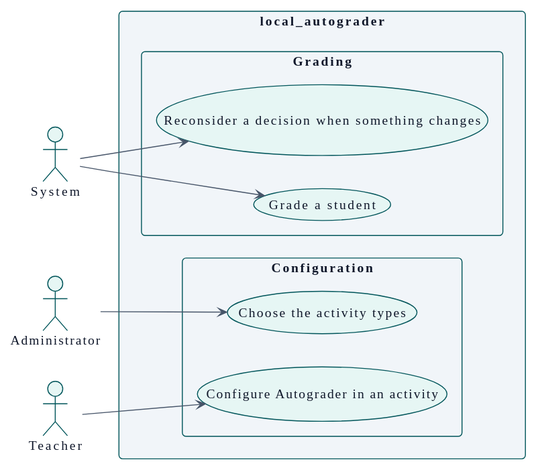
Above: docs/en/technical/requirements/use-case-overview.svg in didactika/moodle-local_autograder (PlantUML), before the change. Source of this version:
```plantuml
@startuml
!theme plain
skinparam backgroundColor #FFFFFF
skinparam defaultFontName IBM Plex Sans
skinparam defaultFontSize 14
skinparam defaultFontColor #0F172A
skinparam shadowing false
skinparam packageStyle rectangle
skinparam ArrowFontSize 12
skinparam ClassAttributeIconSize 0
skinparam roundCorner 8
skinparam ArrowColor #475569
skinparam ArrowFontColor #0F172A
skinparam NoteBackgroundColor #FDF3DC
skinparam NoteBorderColor #00555A
skinparam NoteFontColor #0F172A
skinparam class {
  BackgroundColor #E6F6F4
  BorderColor #00555A
  FontColor #0F172A
}
skinparam entity {
  BackgroundColor #E6F6F4
  BorderColor #00555A
  FontColor #0F172A
}
skinparam participant {
  BackgroundColor #E6F6F4
  BorderColor #00555A
  FontColor #0F172A
}
skinparam actor {
  BackgroundColor #E6F6F4
  BorderColor #00555A
  FontColor #0F172A
}
skinparam database {
  BackgroundColor #E6F6F4
  BorderColor #00555A
  FontColor #0F172A
}
skinparam component {
  BackgroundColor #E6F6F4
  BorderColor #00555A
  FontColor #0F172A
}
skinparam node {
  BackgroundColor #E6F6F4
  BorderColor #00555A
  FontColor #0F172A
}
skinparam usecase {
  BackgroundColor #E6F6F4
  BorderColor #00555A
  FontColor #0F172A
}
skinparam interface {
  BackgroundColor #E6F6F4
  BorderColor #00555A
  FontColor #0F172A
}
skinparam state {
  BackgroundColor #E6F6F4
  BorderColor #00555A
  FontColor #0F172A
  StartColor #475569
  EndColor #475569
  ArrowColor #475569
}
skinparam package {
  BackgroundColor #F1F5F9
  BorderColor #00555A
  FontColor #0F172A
}
skinparam sequence {
  LifeLineBorderColor #475569
  LifeLineBackgroundColor #E6F6F4
  ArrowColor #475569
  GroupBorderColor #00555A
  GroupBackgroundColor #F1F5F9
}
skinparam package<<level1>> {
  BackgroundColor #A7DDD5
  BorderColor #00555A
  FontColor #0F172A
}
skinparam package<<level2>> {
  BackgroundColor #C8EEE9
  BorderColor #00555A
  FontColor #0F172A
}
skinparam package<<level3>> {
  BackgroundColor #E6F6F4
  BorderColor #00555A
  FontColor #0F172A
}
skinparam package<<level4>> {
  BackgroundColor #F4FBFA
  BorderColor #00555A
  FontColor #0F172A
}
hide <<level1>> stereotype
hide <<level2>> stereotype
hide <<level3>> stereotype
hide <<level4>> stereotype
skinparam linetype polyline
left to right direction

actor "Administrator" as A_Administrator
actor "System" as A_System
actor "Teacher" as A_Teacher

rectangle "local_autograder" {
  package "Configuration" {
    usecase "Configure Autograder in an activity" as UC_configureAutograder
    usecase "Choose the activity types" as UC_chooseActivityTypes
  }
  package "Grading" {
    usecase "Grade a student" as UC_gradeStudent
    usecase "Reconsider a decision when something changes" as UC_reconsiderDecision
  }
}

A_Teacher --> UC_configureAutograder
A_Administrator --> UC_chooseActivityTypes
A_System --> UC_gradeStudent
A_System --> UC_reconsiderDecision
@enduml
```
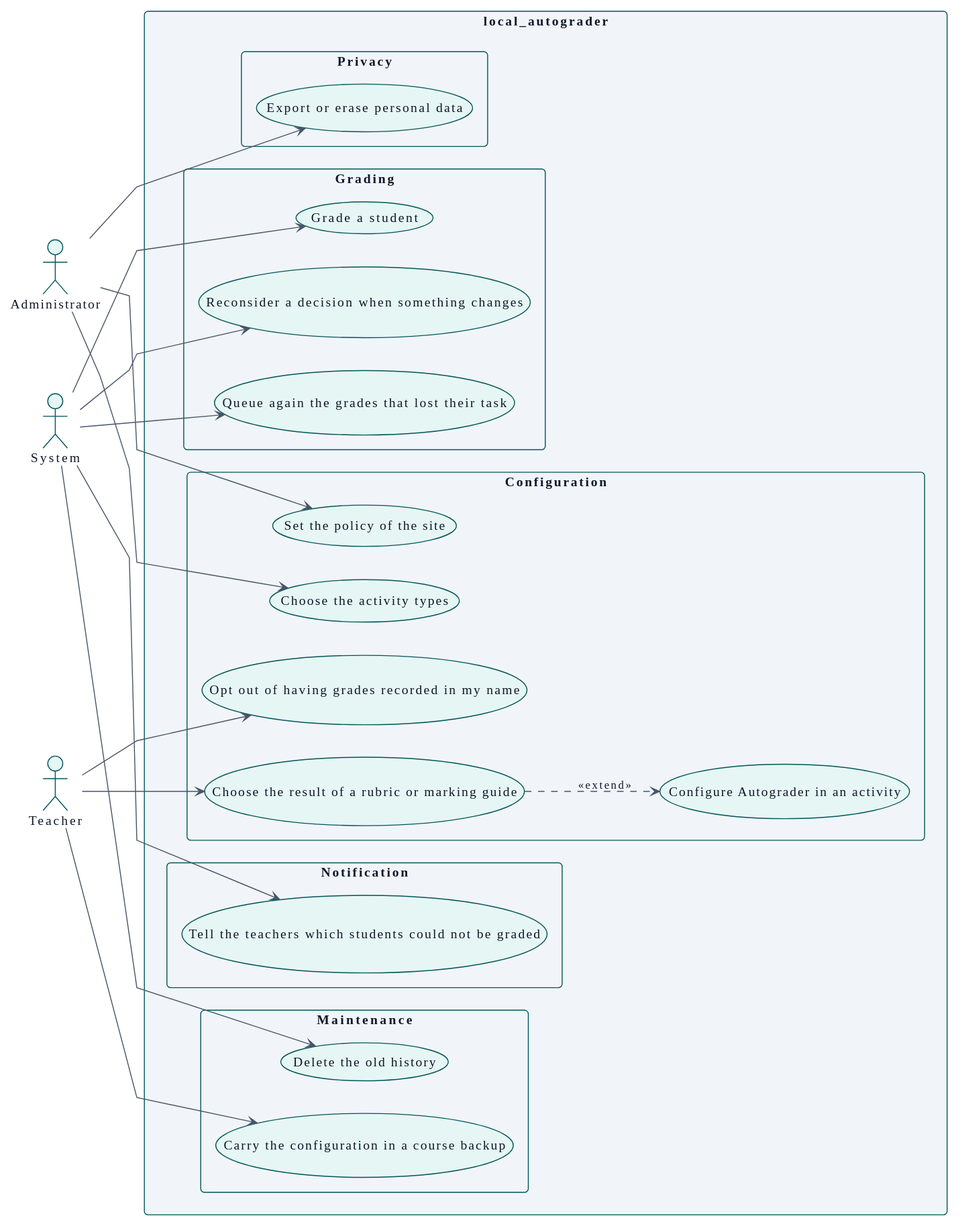
After the change.

What changed in the source:
```diff
@@ -114,15 +114,37 @@
   package "Configuration" {
     usecase "Configure Autograder in an activity" as UC_configureAutograder
     usecase "Choose the activity types" as UC_chooseActivityTypes
+    usecase "Choose the result of a rubric or marking guide" as UC_chooseAdvancedGrade
+    usecase "Opt out of having grades recorded in my name" as UC_optOutOfGrading
+    usecase "Set the policy of the site" as UC_setSitePolicy
   }
   package "Grading" {
     usecase "Grade a student" as UC_gradeStudent
     usecase "Reconsider a decision when something changes" as UC_reconsiderDecision
+    usecase "Queue again the grades that lost their task" as UC_requeueLostGrades
+  }
+  package "Notification" {
+    usecase "Tell the teachers which students could not be graded" as UC_notifyFailures
+  }
+  package "Maintenance" {
+    usecase "Delete the old history" as UC_purgeHistory
+    usecase "Carry the configuration in a course backup" as UC_carryConfigurationInBackup
+  }
+  package "Privacy" {
+    usecase "Export or erase personal data" as UC_managePersonalData
   }
 }
 
-A_Teacher --> UC_configureAutograder
 A_Administrator --> UC_chooseActivityTypes
 A_System --> UC_gradeStudent
 A_System --> UC_reconsiderDecision
+A_Teacher --> UC_chooseAdvancedGrade
+A_Teacher --> UC_optOutOfGrading
+A_Administrator --> UC_setSitePolicy
+A_System --> UC_notifyFailures
+A_System --> UC_requeueLostGrades
+A_System --> UC_purgeHistory
+A_Teacher --> UC_carryConfigurationInBackup
+A_Administrator --> UC_managePersonalData
+UC_chooseAdvancedGrade ..> UC_configureAutograder : <<extend>>
 @enduml
```
